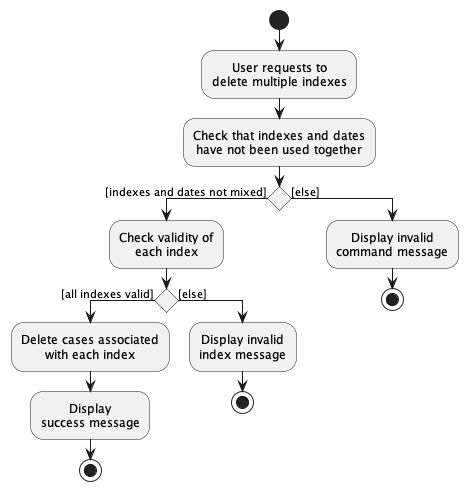
Above: docs/images/DeleteMultiIndexActivityDiagram.png in nus-cs2103-AY2223S2/tp (PlantUML), before the change.
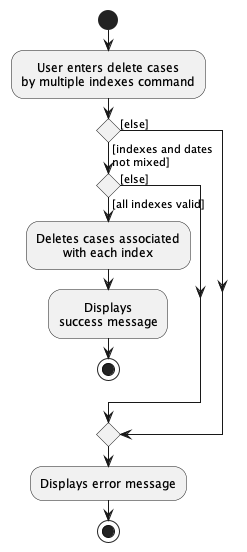
After the change.

Commit message:
Standardise activity diagrams

The edit, as a diff of the source:
```diff
@@ -2,21 +2,16 @@
 skinparam defaultTextAlignment center
 
 start
-:User requests to\ndelete multiple indexes;
-:Check that indexes and dates\nhave not been used together;
-if () then ([indexes and dates not mixed])
-    :Check validity of\neach index;
-    if () then ([all indexes valid])
-        :Delete cases associated\nwith each index;
-        :Display\nsuccess message;
-        stop
-    else ([else])
-        :Display invalid\nindex message;
-        stop
-    endif
+:User enters delete cases\nby multiple indexes command;
+if () then ([indexes and dates\nnot mixed])
+if () then ([all indexes valid])
+    :Deletes cases associated\nwith each index;
+    :Displays\nsuccess message;
+    stop
 else ([else])
-    :Display invalid\ncommand message;
-    stop;
 endif
-
+else ([else])
+endif
+:Displays error message;
+stop
 @enduml
```
